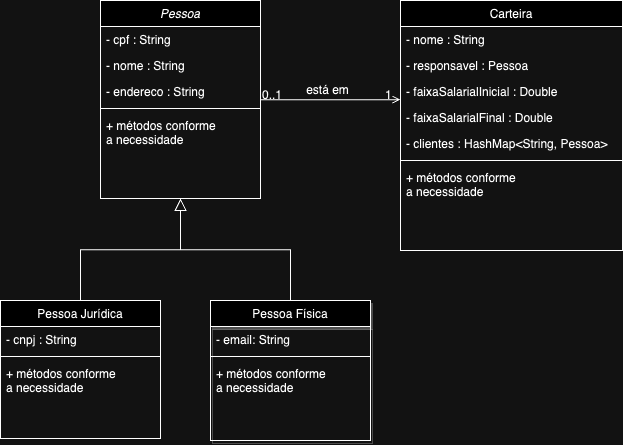
The draw.io diagram docs/DSD Sockets.drawio.png in eduardo-schork/dsd-sockets, before a commit. Source tidied: cells renumbered, new cells last; positions are measured from the earlier drawing's top-left corner, leaving out a move shared by most shapes. Its diagram source:
```xml
<mxGraphModel>
  <root>
    <mxCell id="0" />
    <mxCell id="1" parent="0" />
    <mxCell id="2" value="Pessoa Física" style="swimlane;fontStyle=0;align=center;verticalAlign=top;horizontal=1;startSize=26;rounded=0;shadow=1;strokeWidth=1;" parent="1" vertex="1">
      <mxGeometry x="210" y="300" width="160" height="140" as="geometry" />
    </mxCell>
    <mxCell id="3" value="- email: String" style="text;align=left;verticalAlign=top;spacingLeft=4;spacingRight=4;overflow=hidden;" parent="2" vertex="1">
      <mxGeometry y="26" width="160" height="26" as="geometry" />
    </mxCell>
    <mxCell id="4" style="line;html=1;strokeWidth=1;align=left;verticalAlign=middle;spacingTop=-1;spacingLeft=3;spacingRight=3;labelPosition=right;" parent="2" vertex="1">
      <mxGeometry y="52" width="160" height="8" as="geometry" />
    </mxCell>
    <mxCell id="5" value="+ métodos conforme &#10;a necessidade" style="text;align=left;verticalAlign=top;spacingLeft=4;spacingRight=4;overflow=hidden;" parent="2" vertex="1">
      <mxGeometry y="60" width="160" height="60" as="geometry" />
    </mxCell>
    <mxCell id="6" value="Pessoa" style="swimlane;fontStyle=2;align=center;verticalAlign=top;horizontal=1;startSize=26;rounded=0;shadow=0;strokeWidth=1;" parent="1" vertex="1">
      <mxGeometry x="100" width="160" height="198" as="geometry" />
    </mxCell>
    <mxCell id="7" value="- cpf : String" style="text;align=left;verticalAlign=top;spacingLeft=4;spacingRight=4;overflow=hidden;" parent="6" vertex="1">
      <mxGeometry y="26" width="160" height="26" as="geometry" />
    </mxCell>
    <mxCell id="8" value="- nome : String" style="text;align=left;verticalAlign=top;spacingLeft=4;spacingRight=4;overflow=hidden;rounded=0;shadow=0;html=0;" parent="6" vertex="1">
      <mxGeometry y="52" width="160" height="26" as="geometry" />
    </mxCell>
    <mxCell id="9" value="- endereco : String" style="text;align=left;verticalAlign=top;spacingLeft=4;spacingRight=4;overflow=hidden;rounded=0;shadow=0;html=0;" parent="6" vertex="1">
      <mxGeometry y="78" width="160" height="26" as="geometry" />
    </mxCell>
    <mxCell id="10" style="line;html=1;strokeWidth=1;align=left;verticalAlign=middle;spacingTop=-1;spacingLeft=3;spacingRight=3;labelPosition=right;" parent="6" vertex="1">
      <mxGeometry y="104" width="160" height="8" as="geometry" />
    </mxCell>
    <mxCell id="11" value="+ métodos conforme &#10;a necessidade" style="text;align=left;verticalAlign=top;spacingLeft=4;spacingRight=4;overflow=hidden;points=[[0,0.5],[1,0.5]];portConstraint=eastwest;" parent="6" vertex="1">
      <mxGeometry y="112" width="160" height="60" as="geometry" />
    </mxCell>
    <mxCell id="12" value="Pessoa Jurídica" style="swimlane;fontStyle=0;align=center;verticalAlign=top;horizontal=1;startSize=26;rounded=0;shadow=0;strokeWidth=1;" parent="1" vertex="1">
      <mxGeometry y="300" width="160" height="138" as="geometry" />
    </mxCell>
    <mxCell id="13" value="- cnpj : String" style="text;align=left;verticalAlign=top;spacingLeft=4;spacingRight=4;overflow=hidden;" parent="12" vertex="1">
      <mxGeometry y="26" width="160" height="26" as="geometry" />
    </mxCell>
    <mxCell id="14" style="line;html=1;strokeWidth=1;align=left;verticalAlign=middle;spacingTop=-1;spacingLeft=3;spacingRight=3;labelPosition=right;" parent="12" vertex="1">
      <mxGeometry y="52" width="160" height="8" as="geometry" />
    </mxCell>
    <mxCell id="15" value="+ métodos conforme &#10;a necessidade" style="text;align=left;verticalAlign=top;spacingLeft=4;spacingRight=4;overflow=hidden;" parent="12" vertex="1">
      <mxGeometry y="60" width="160" height="60" as="geometry" />
    </mxCell>
    <mxCell id="16" style="endArrow=block;endSize=10;endFill=0;shadow=0;strokeWidth=1;rounded=0;edgeStyle=elbowEdgeStyle;elbow=vertical;" parent="1" edge="1" source="12" target="6">
      <mxGeometry relative="1" as="geometry" />
    </mxCell>
    <mxCell id="17" style="endArrow=block;endSize=10;endFill=0;shadow=0;strokeWidth=1;rounded=0;edgeStyle=elbowEdgeStyle;elbow=vertical;" parent="1" edge="1" source="2" target="6">
      <mxGeometry relative="1" as="geometry" />
    </mxCell>
    <mxCell id="18" value="Carteira" style="swimlane;fontStyle=0;align=center;verticalAlign=top;horizontal=1;startSize=26;rounded=0;shadow=0;strokeWidth=1;" parent="1" vertex="1">
      <mxGeometry x="400" width="222" height="250" as="geometry" />
    </mxCell>
    <mxCell id="19" value="- nome : String  " style="text;align=left;verticalAlign=top;spacingLeft=4;spacingRight=4;overflow=hidden;" parent="18" vertex="1">
      <mxGeometry y="26" width="222" height="26" as="geometry" />
    </mxCell>
    <mxCell id="20" value="- responsavel : Pessoa" style="text;align=left;verticalAlign=top;spacingLeft=4;spacingRight=4;overflow=hidden;rounded=0;shadow=0;html=0;" parent="18" vertex="1">
      <mxGeometry y="52" width="222" height="26" as="geometry" />
    </mxCell>
    <mxCell id="21" value="- faixaSalarialInicial : Double" style="text;align=left;verticalAlign=top;spacingLeft=4;spacingRight=4;overflow=hidden;rounded=0;shadow=0;html=0;" parent="18" vertex="1">
      <mxGeometry y="78" width="222" height="26" as="geometry" />
    </mxCell>
    <mxCell id="22" value="- faixaSalarialFinal : Double" style="text;align=left;verticalAlign=top;spacingLeft=4;spacingRight=4;overflow=hidden;rounded=0;shadow=0;html=0;" parent="18" vertex="1">
      <mxGeometry y="104" width="222" height="26" as="geometry" />
    </mxCell>
    <mxCell id="23" value="- clientes : HashMap&lt;String, Pessoa&gt;" style="text;align=left;verticalAlign=top;spacingLeft=4;spacingRight=4;overflow=hidden;points=[[0,0.5],[1,0.5]];portConstraint=eastwest;rounded=0;shadow=0;html=0;" parent="18" vertex="1">
      <mxGeometry y="130" width="222" height="26" as="geometry" />
    </mxCell>
    <mxCell id="24" style="line;html=1;strokeWidth=1;align=left;verticalAlign=middle;spacingTop=-1;spacingLeft=3;spacingRight=3;labelPosition=right;" parent="18" vertex="1">
      <mxGeometry y="156" width="222" height="8" as="geometry" />
    </mxCell>
    <mxCell id="25" value="+ métodos conforme &#10;a necessidade" style="text;align=left;verticalAlign=top;spacingLeft=4;spacingRight=4;overflow=hidden;" parent="18" vertex="1">
      <mxGeometry y="164" width="222" height="60" as="geometry" />
    </mxCell>
    <mxCell id="26" style="endArrow=open;shadow=0;strokeWidth=1;rounded=0;endFill=1;edgeStyle=elbowEdgeStyle;elbow=vertical;" parent="1" edge="1" source="6" target="18">
      <mxGeometry x="0.5" y="41" relative="1" as="geometry">
        <mxPoint x="-40" y="32" as="offset" />
      </mxGeometry>
    </mxCell>
    <mxCell id="27" value="0..1" style="align=left;verticalAlign=bottom;labelBackgroundColor=none;fontSize=12;" parent="26" vertex="1">
      <mxGeometry x="-1" relative="1" as="geometry">
        <mxPoint y="4" as="offset" />
      </mxGeometry>
    </mxCell>
    <mxCell id="28" value="1" style="align=right;verticalAlign=bottom;labelBackgroundColor=none;fontSize=12;" parent="26" vertex="1">
      <mxGeometry x="1" relative="1" as="geometry">
        <mxPoint x="-7" y="4" as="offset" />
      </mxGeometry>
    </mxCell>
    <mxCell id="29" value="está em" style="text;html=1;align=center;verticalAlign=middle;labelBackgroundColor=none;rounded=0;shadow=0;strokeWidth=1;fontSize=12;" parent="26" vertex="1">
      <mxGeometry x="0.5" y="49" relative="1" as="geometry">
        <mxPoint x="-38" y="40" as="offset" />
      </mxGeometry>
    </mxCell>
  </root>
</mxGraphModel>
```
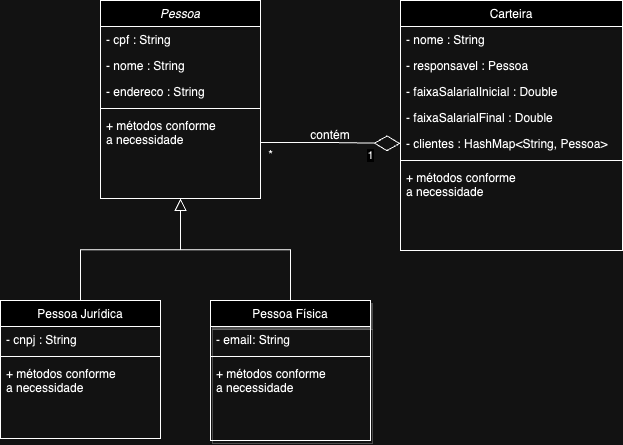
After the commit.

What changed in the source:
```diff
@@ -74,25 +74,23 @@
     <mxCell id="25" value="+ métodos conforme &#10;a necessidade" style="text;align=left;verticalAlign=top;spacingLeft=4;spacingRight=4;overflow=hidden;" parent="18" vertex="1">
       <mxGeometry y="164" width="222" height="60" as="geometry" />
     </mxCell>
-    <mxCell id="26" style="endArrow=open;shadow=0;strokeWidth=1;rounded=0;endFill=1;edgeStyle=elbowEdgeStyle;elbow=vertical;" parent="1" edge="1" source="6" target="18">
-      <mxGeometry x="0.5" y="41" relative="1" as="geometry">
-        <mxPoint x="-40" y="32" as="offset" />
-      </mxGeometry>
-    </mxCell>
-    <mxCell id="27" value="0..1" style="align=left;verticalAlign=bottom;labelBackgroundColor=none;fontSize=12;" parent="26" vertex="1">
-      <mxGeometry x="-1" relative="1" as="geometry">
-        <mxPoint y="4" as="offset" />
-      </mxGeometry>
-    </mxCell>
+    <mxCell id="30" style="endArrow=diamondThin;endFill=0;endSize=24;html=1;rounded=0;entryX=0;entryY=0.5;entryDx=0;entryDy=0;exitX=1;exitY=0.5;exitDx=0;exitDy=0;" parent="1" edge="1" source="11" target="23">
+      <mxGeometry relative="1" as="geometry">
+        <Array as="points">
+          <mxPoint x="330" y="142" />
+        </Array>
+      </mxGeometry>
+    </mxCell>
-    <mxCell id="28" value="1" style="align=right;verticalAlign=bottom;labelBackgroundColor=none;fontSize=12;" parent="26" vertex="1">
-      <mxGeometry x="1" relative="1" as="geometry">
-        <mxPoint x="-7" y="4" as="offset" />
+    <mxCell id="28" value="1" style="edgeLabel;html=1;align=center;verticalAlign=middle;" parent="30" vertex="1">
+      <mxGeometry x="0.67" y="3" relative="1" as="geometry">
+        <mxPoint x="-7" y="15" as="offset" />
       </mxGeometry>
     </mxCell>
-    <mxCell id="29" value="está em" style="text;html=1;align=center;verticalAlign=middle;labelBackgroundColor=none;rounded=0;shadow=0;strokeWidth=1;fontSize=12;" parent="26" vertex="1">
-      <mxGeometry x="0.5" y="49" relative="1" as="geometry">
-        <mxPoint x="-38" y="40" as="offset" />
-      </mxGeometry>
-    </mxCell>
+    <mxCell id="31" value="contém" style="text;html=1;strokeColor=none;fillColor=none;align=center;verticalAlign=middle;whiteSpace=wrap;rounded=0;" parent="1" vertex="1">
+      <mxGeometry x="300" y="120" width="60" height="30" as="geometry" />
+    </mxCell>
+    <mxCell id="32" value="*" style="text;html=1;align=center;verticalAlign=middle;strokeColor=none;fillColor=none;" parent="1" vertex="1">
+      <mxGeometry x="255" y="140" width="30" height="30" as="geometry" />
+    </mxCell>
   </root>
 </mxGraphModel>
```
